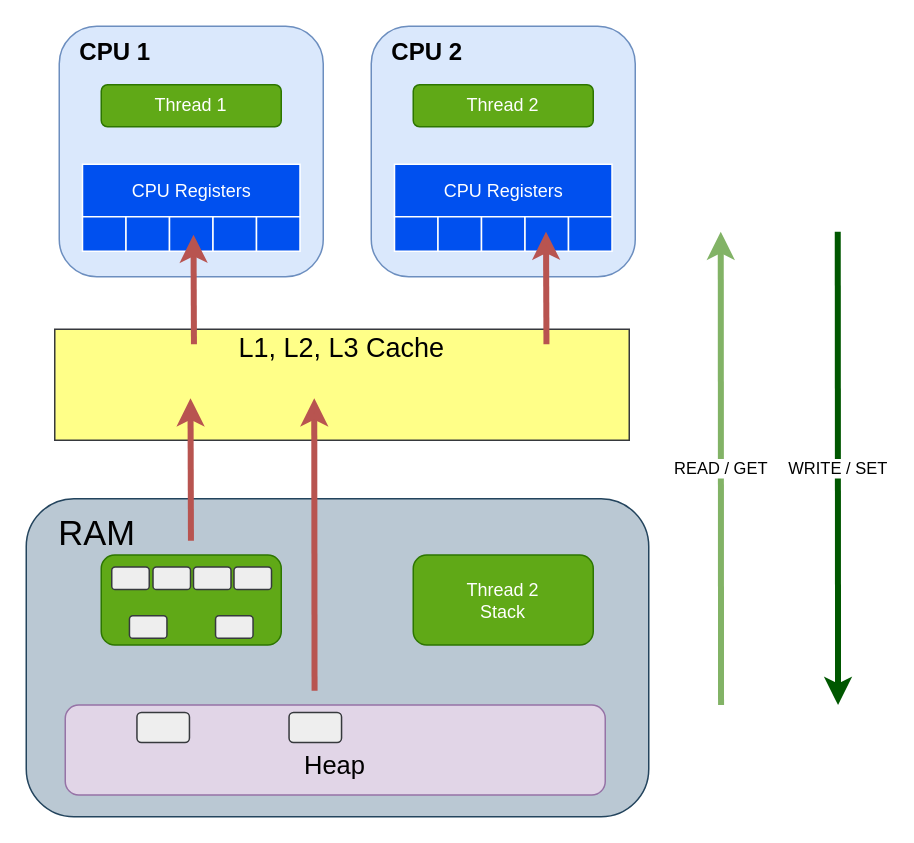
Before: page "jmm-L-cache-simplified" (22 of 26) of presentation/java-concurrency.drawio in PreCyz/java-multithreads-examples, a draw.io diagram. Source tidied: cells renumbered, new cells numbered last; positions are measured from the earlier drawing's top-left corner, leaving out a move shared by most shapes. Both pictures are drawn from the tidied source at 150%, with x=0, y=0 at pixel (26, 26).
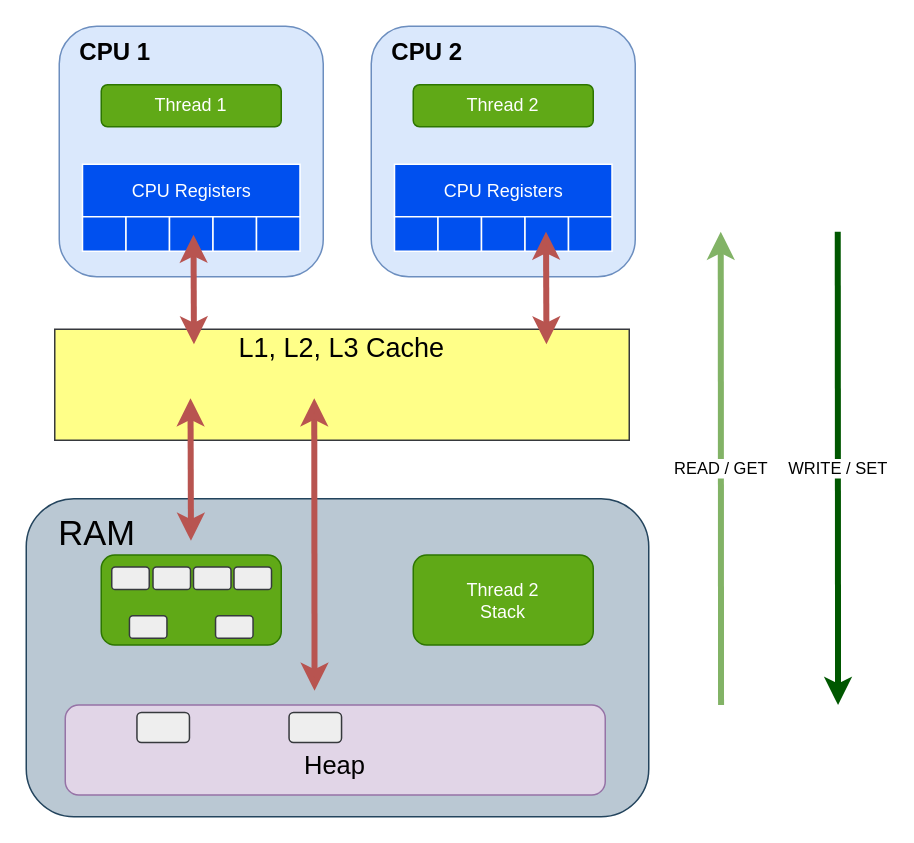
The same diagram, later.

What changed in the source:
```diff
@@
-    <mxCell id="31" style="endArrow=classic;html=1;rounded=0;strokeWidth=4;fillColor=#f8cecc;strokeColor=#b85450;" parent="1" edge="1">
+    <mxCell id="31" style="endArrow=classic;html=1;rounded=0;strokeWidth=4;fillColor=#f8cecc;strokeColor=#b85450;startArrow=classic;startFill=1;" parent="1" edge="1">
       <mxGeometry relative="1" as="geometry">
         <mxPoint x="192.2" y="443" as="sourcePoint" />
         <mxPoint x="192" y="248" as="targetPoint" />
       </mxGeometry>
     </mxCell>
-    <mxCell id="32" style="endArrow=classic;html=1;rounded=0;strokeWidth=4;fillColor=#f8cecc;strokeColor=#b85450;" parent="1" edge="1">
+    <mxCell id="32" style="endArrow=classic;html=1;rounded=0;strokeWidth=4;fillColor=#f8cecc;strokeColor=#b85450;startArrow=classic;startFill=1;" parent="1" edge="1">
       <mxGeometry relative="1" as="geometry">
         <mxPoint x="109.8" y="343" as="sourcePoint" />
         <mxPoint x="109.5" y="248" as="targetPoint" />
       </mxGeometry>
     </mxCell>
-    <mxCell id="33" style="endArrow=classic;html=1;rounded=0;strokeWidth=4;fillColor=#f8cecc;strokeColor=#b85450;" parent="1" edge="1">
+    <mxCell id="33" style="endArrow=classic;html=1;rounded=0;strokeWidth=4;fillColor=#f8cecc;strokeColor=#b85450;startArrow=classic;startFill=1;" parent="1" edge="1">
       <mxGeometry relative="1" as="geometry">
         <mxPoint x="111.8" y="212" as="sourcePoint" />
         <mxPoint x="111.5" y="139" as="targetPoint" />
       </mxGeometry>
     </mxCell>
-    <mxCell id="34" style="endArrow=classic;html=1;rounded=0;strokeWidth=4;fillColor=#f8cecc;strokeColor=#b85450;" parent="1" edge="1">
+    <mxCell id="34" style="endArrow=classic;html=1;rounded=0;strokeWidth=4;fillColor=#f8cecc;strokeColor=#b85450;startArrow=classic;startFill=1;" parent="1" edge="1">
       <mxGeometry relative="1" as="geometry">
         <mxPoint x="346.8" y="212" as="sourcePoint" />
         <mxPoint x="346.5" y="137" as="targetPoint" />
       </mxGeometry>
     </mxCell>
```
